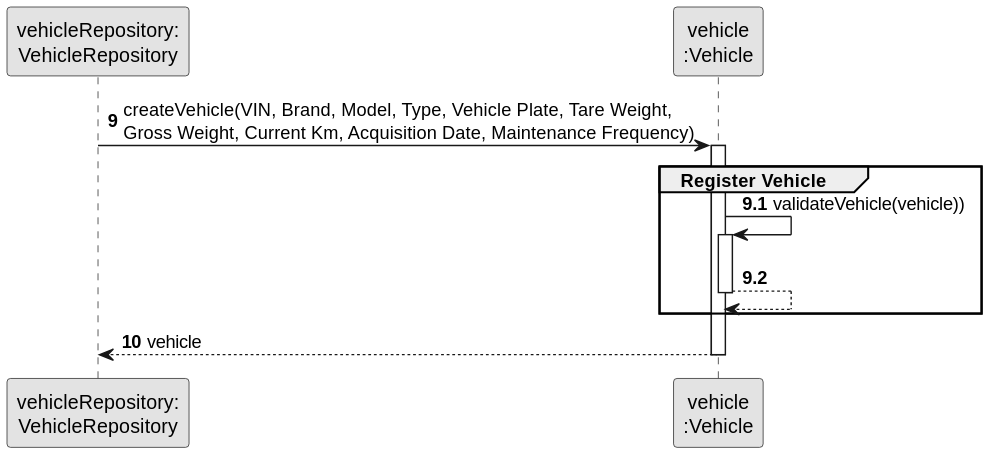
This is docs/sprintB/us006/03.design/svg/us006-sequence-diagram-partial-register-vehicle.svg from ricardomm7/leaflink, a PlantUML export, as it was before one commit.
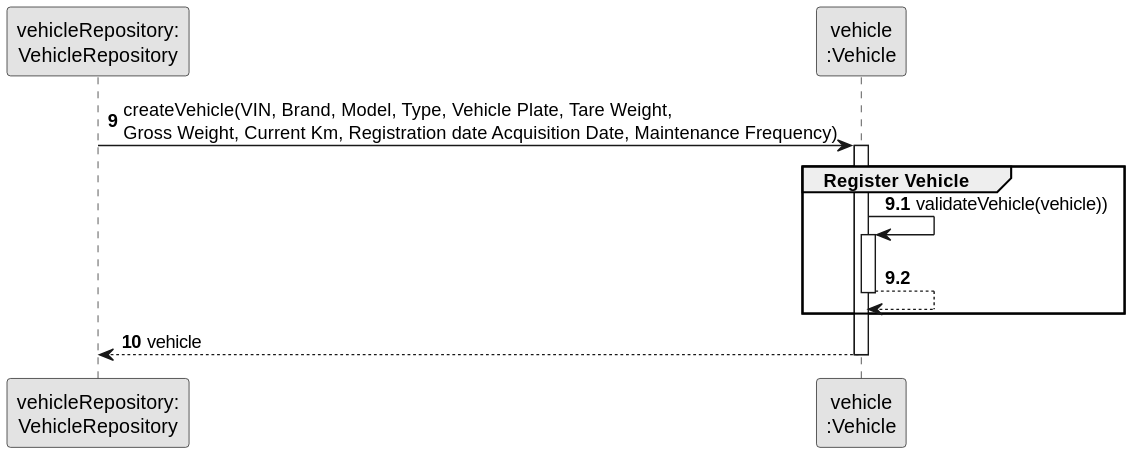
The same file after the commit.

What changed in the source:
```diff
@@ -7,7 +7,7 @@
 participant "vehicle\n:Vehicle" as VEI
 
 autonumber 9
-            VehicleRepository -> VEI: createVehicle(VIN, Brand, Model, Type, Vehicle Plate, Tare Weight, \nGross Weight, Current Km, Acquisition Date, Maintenance Frequency)
+            VehicleRepository -> VEI: createVehicle(VIN, Brand, Model, Type, Vehicle Plate, Tare Weight, \nGross Weight, Current Km, Registration date Acquisition Date, Maintenance Frequency)
 
 activate VEI
     group Register Vehicle
```
